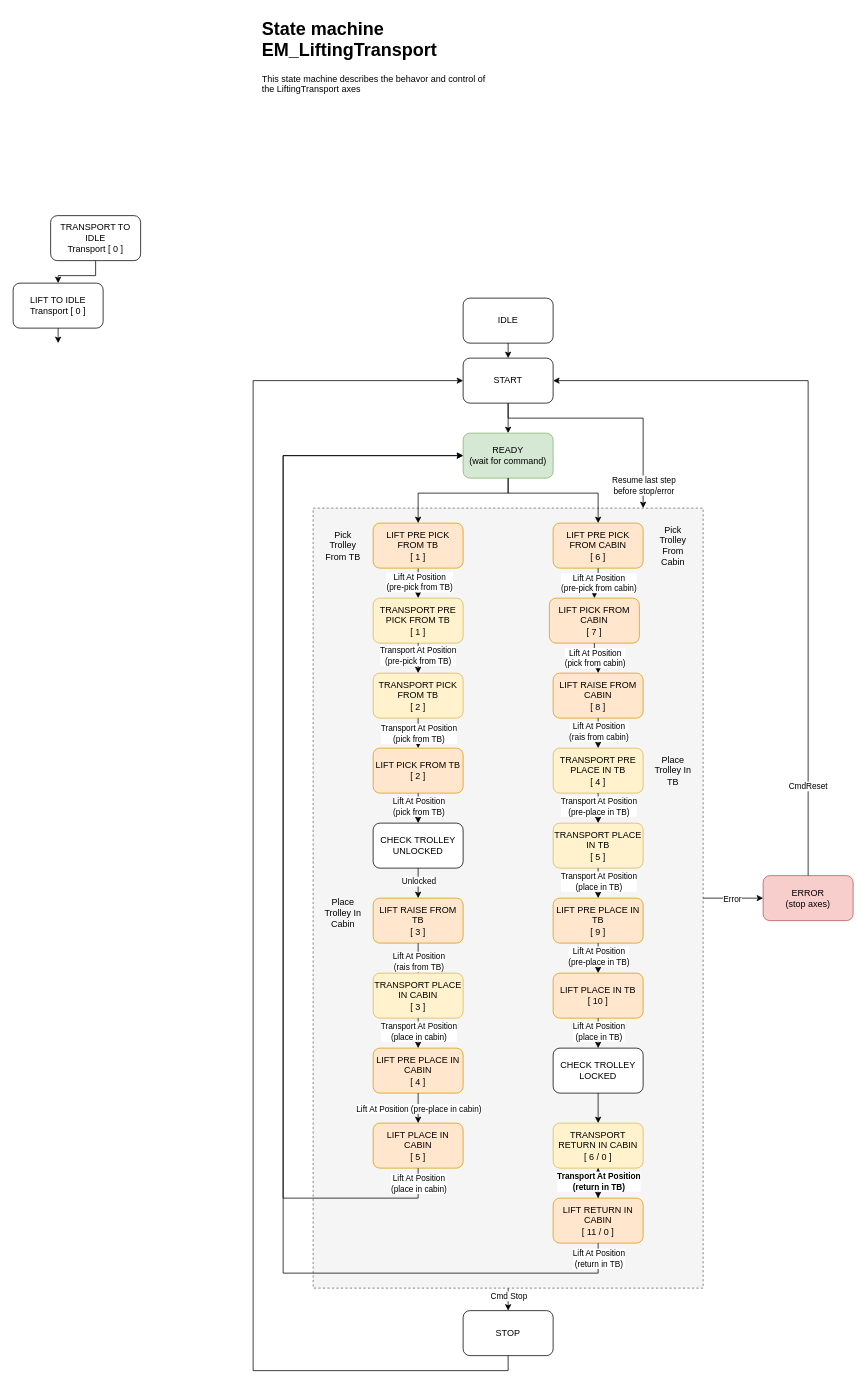
Earlier version of the draw.io diagram page "EM_LiftingTransport" (8 of 10) of Documentation/StateMachine and Sequence Diagrams.drawio (KMWE/KMWE_CleanroomConnect). Source tidied: cells renumbered, new cells numbered last; positions are measured from the earlier drawing's top-left corner, leaving out a move shared by most shapes. Both pictures are drawn from the tidied source at 75%, with x=0, y=0 at pixel (13, 13).
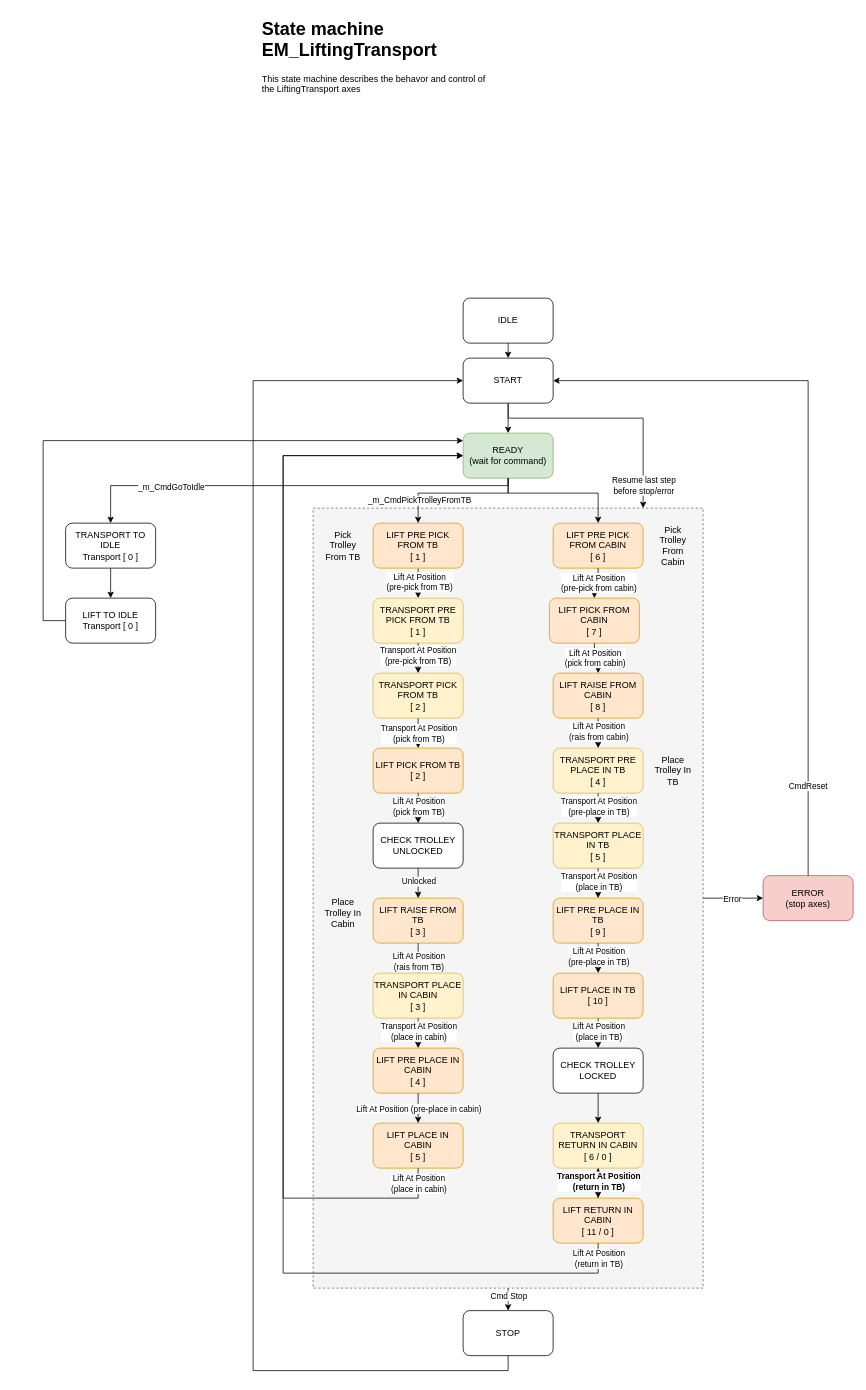
The same page after the edit.

The change refers to these unchanged cells:
```xml
<mxCell id="33" value="READY&lt;div&gt;(wait for command)&lt;/div&gt;" style="rounded=1;whiteSpace=wrap;html=1;fillColor=#d5e8d4;strokeColor=#82b366;" parent="1" vertex="1">
  <mxGeometry x="600" y="560" width="120" height="60" as="geometry" />
</mxCell>
<mxCell id="74" style="endArrow=classic;html=1;rounded=0;edgeStyle=orthogonalEdgeStyle;" parent="1" edge="1" source="33" target="17">
  <mxGeometry relative="1" as="geometry">
    <Array as="points">
      <mxPoint x="660" y="640" />
      <mxPoint x="540" y="640" />
    </Array>
  </mxGeometry>
</mxCell>
```

What changed in the source:
```diff
@@
     <mxCell id="14" value="TRANSPORT TO IDLE&lt;div&gt;&lt;span style=&quot;background-color: initial;&quot;&gt;Transport [ 0 ]&lt;/span&gt;&lt;br&gt;&lt;/div&gt;" style="rounded=1;whiteSpace=wrap;html=1;" parent="1" vertex="1">
-      <mxGeometry x="50" y="270" width="120" height="60" as="geometry" />
+      <mxGeometry x="70" y="680" width="120" height="60" as="geometry" />
     </mxCell>
@@
+    <mxCell id="88" value="_m_CmdPickTrolleyFromTB" style="edgeLabel;html=1;align=center;verticalAlign=middle;" parent="74" vertex="1">
+      <mxGeometry x="0.66" y="1" relative="1" as="geometry" />
+    </mxCell>
@@
     <mxCell id="76" value="LIFT TO IDLE&lt;div&gt;&lt;span style=&quot;background-color: initial;&quot;&gt;Transport [ 0 ]&lt;/span&gt;&lt;br&gt;&lt;/div&gt;" style="rounded=1;whiteSpace=wrap;html=1;" parent="1" vertex="1">
-      <mxGeometry y="360" width="120" height="60" as="geometry" />
+      <mxGeometry x="70" y="780" width="120" height="60" as="geometry" />
     </mxCell>
-    <mxCell id="77" style="endArrow=classic;html=1;rounded=0;" parent="1" edge="1" source="76">
+    <mxCell id="77" style="endArrow=classic;html=1;rounded=0;edgeStyle=orthogonalEdgeStyle;" parent="1" edge="1" source="76" target="33">
       <mxGeometry relative="1" as="geometry">
-        <mxPoint x="60" y="440" as="targetPoint" />
+        <Array as="points">
+          <mxPoint x="40" y="810" />
+          <mxPoint x="40" y="570" />
+        </Array>
       </mxGeometry>
     </mxCell>
@@
+    <mxCell id="89" style="endArrow=classic;html=1;rounded=0;edgeStyle=orthogonalEdgeStyle;" parent="1" edge="1" source="33" target="14">
+      <mxGeometry relative="1" as="geometry">
+        <Array as="points">
+          <mxPoint x="660" y="630" />
+          <mxPoint x="130" y="630" />
+        </Array>
+      </mxGeometry>
+    </mxCell>
+    <mxCell id="90" value="_m_CmdGoToIdle" style="edgeLabel;html=1;align=center;verticalAlign=middle;" parent="89" vertex="1">
+      <mxGeometry x="0.56" y="1" relative="1" as="geometry" />
+    </mxCell>
```
